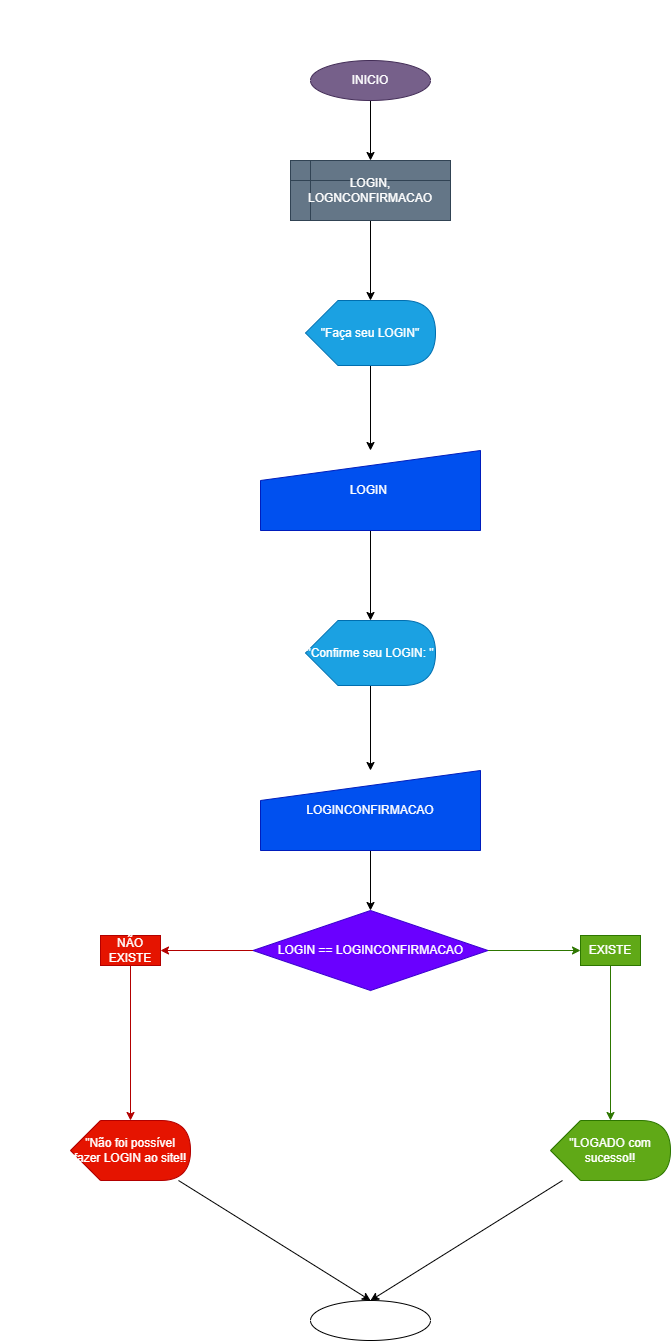
The draw.io diagram LogicadeProgramacao/fluxogramaComDecisao2.png in BATENDER/exercicios_fluxograma, before a commit. Source tidied: cells renumbered, new cells last; positions are measured from the earlier drawing's top-left corner, leaving out a move shared by most shapes.
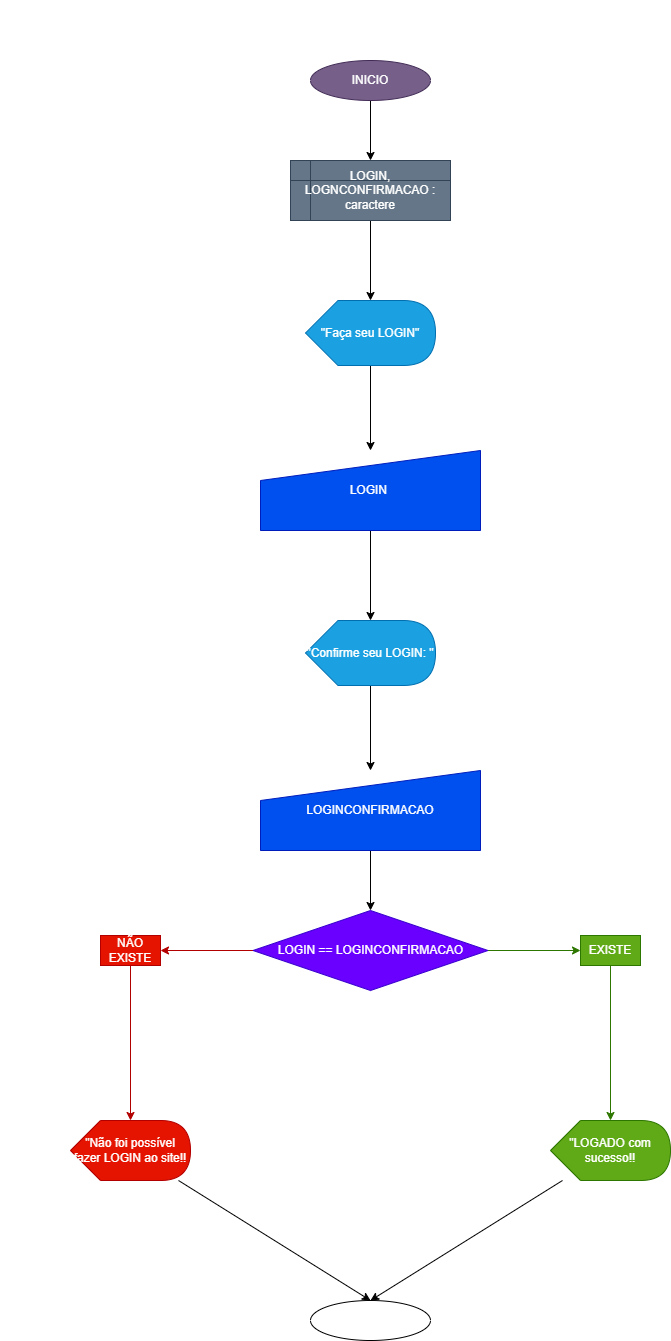
After the commit.

Diff of the diagram source:
```diff
@@ -14,7 +14,7 @@
     <mxCell id="5" style="edgeStyle=none;html=1;entryX=0;entryY=0;entryDx=65;entryDy=0;entryPerimeter=0;fontColor=#FFFFFF;" parent="1" edge="1" source="6" target="8">
       <mxGeometry relative="1" as="geometry" />
     </mxCell>
-    <mxCell id="6" value="LOGIN, LOGNCONFIRMACAO" style="shape=internalStorage;whiteSpace=wrap;html=1;backgroundOutline=1;fontColor=#ffffff;fillColor=#647687;strokeColor=#314354;" parent="1" vertex="1">
+    <mxCell id="6" value="LOGIN, LOGNCONFIRMACAO : caractere" style="shape=internalStorage;whiteSpace=wrap;html=1;backgroundOutline=1;fontColor=#ffffff;fillColor=#647687;strokeColor=#314354;" parent="1" vertex="1">
       <mxGeometry x="290" y="150" width="160" height="60" as="geometry" />
     </mxCell>
     <mxCell id="7" style="edgeStyle=none;html=1;entryX=0.5;entryY=0;entryDx=0;entryDy=0;fontColor=#FFFFFF;" parent="1" edge="1" source="8" target="10">
```
